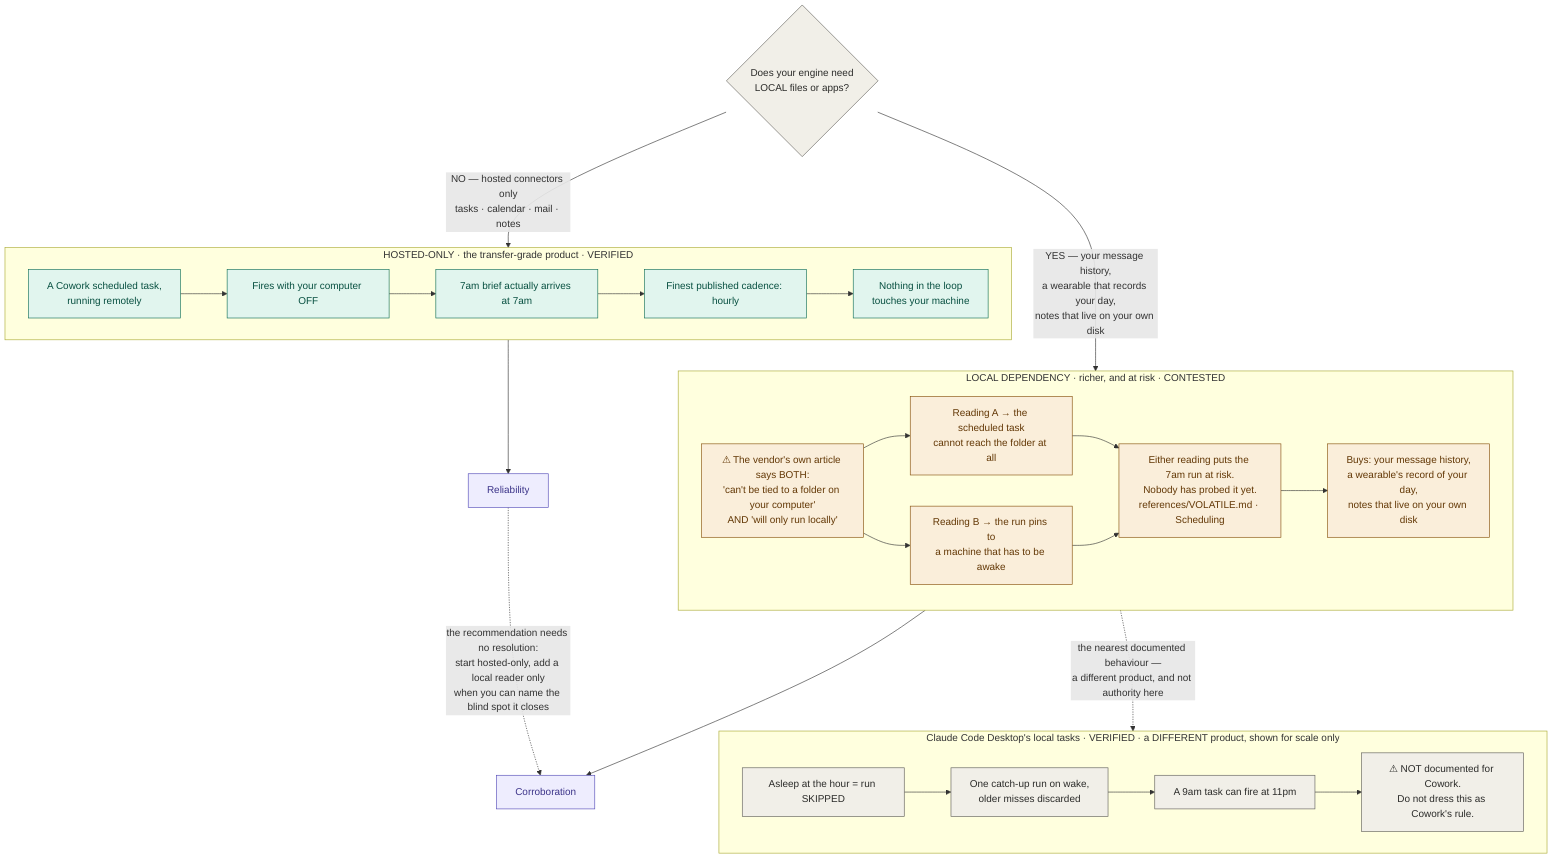
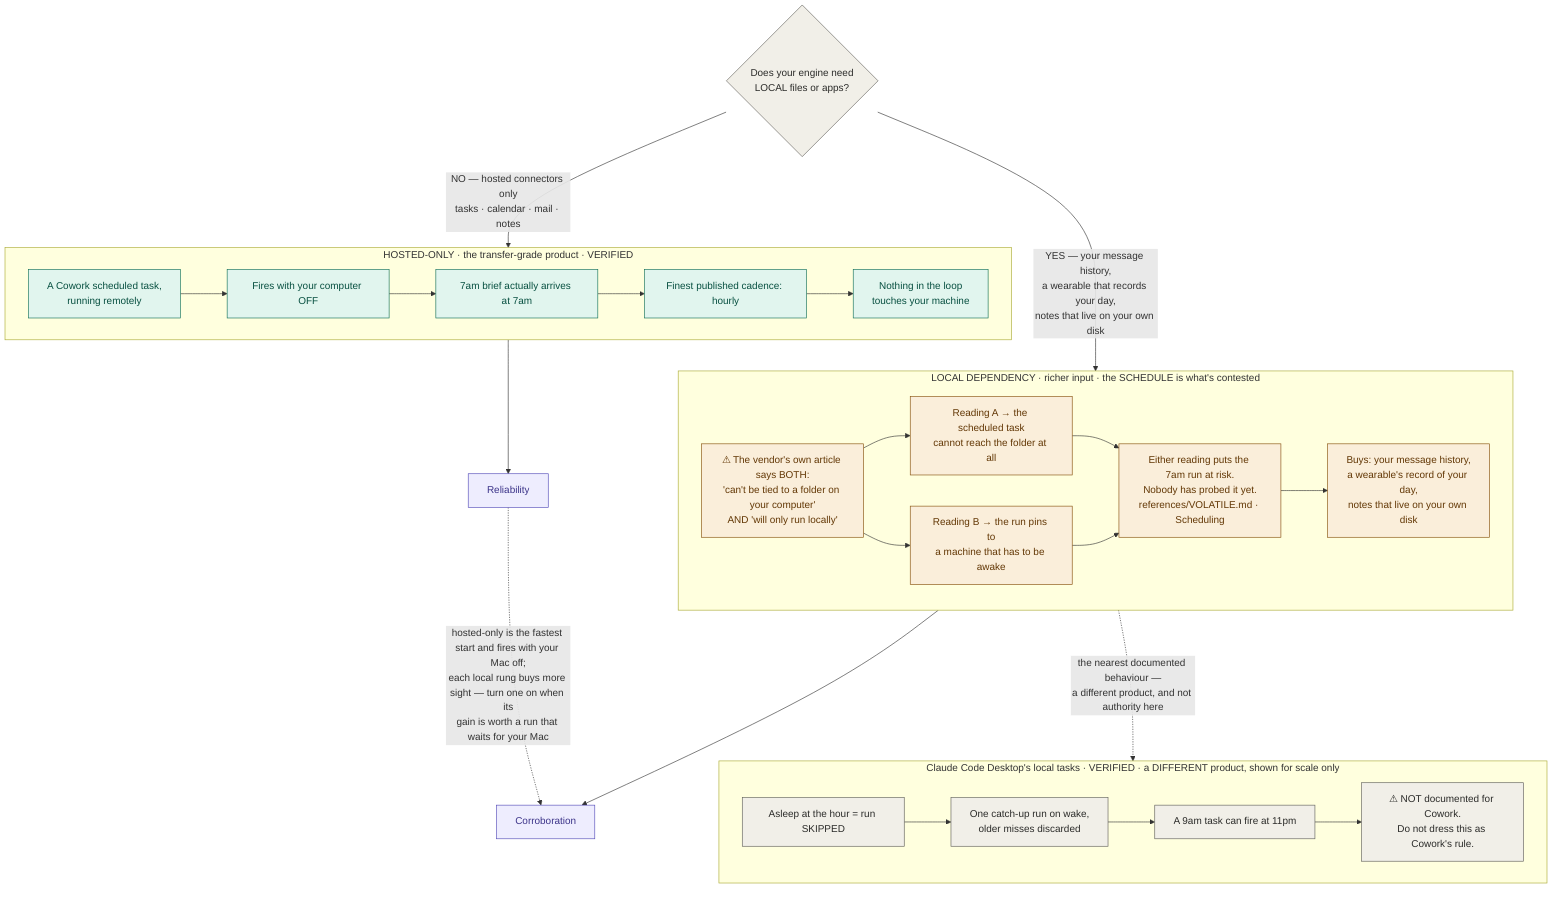
graph TB
    START{"Does your engine need<br/>LOCAL files or apps?"}

    START -->|"NO — hosted connectors only<br/>tasks · calendar · mail · notes"| CLOUD
    START -->|"YES — your message history,<br/>a wearable that records your day,<br/>notes that live on your own disk"| LOCAL

    subgraph CLOUD["HOSTED-ONLY · the transfer-grade product · VERIFIED"]
        C1["A Cowork scheduled task,<br/>running remotely"]
        C2["Fires with your computer OFF"]
        C3["7am brief actually arrives at 7am"]
        C4["Finest published cadence: hourly"]
        C5["Nothing in the loop<br/>touches your machine"]
        C1 --> C2 --> C3 --> C4 --> C5
    end

-     subgraph LOCAL["LOCAL DEPENDENCY · richer, and at risk · CONTESTED"]
+     subgraph LOCAL["LOCAL DEPENDENCY · richer input · the SCHEDULE is what's contested"]
        L1["⚠ The vendor's own article says BOTH:<br/>'can't be tied to a folder on your computer'<br/>AND 'will only run locally'"]
        L2["Reading A → the scheduled task<br/>cannot reach the folder at all"]
        L3["Reading B → the run pins to<br/>a machine that has to be awake"]
        L4["Either reading puts the 7am run at risk.<br/>Nobody has probed it yet.<br/>references/VOLATILE.md · Scheduling"]
        L5["Buys: your message history,<br/>a wearable's record of your day,<br/>notes that live on your own disk"]
        L1 --> L2 --> L4
        L1 --> L3 --> L4
        L4 --> L5
    end

    subgraph CCD["Claude Code Desktop's local tasks · VERIFIED · a DIFFERENT product, shown for scale only"]
        D1["Asleep at the hour = run SKIPPED"]
        D2["One catch-up run on wake,<br/>older misses discarded"]
        D3["A 9am task can fire at 11pm"]
        D4["⚠ NOT documented for Cowork.<br/>Do not dress this as Cowork's rule."]
        D1 --> D2 --> D3 --> D4
    end

    LOCAL -.->|"the nearest documented behaviour —<br/>a different product, and not authority here"| CCD

    CLOUD --> WIN["Reliability"]
    LOCAL --> WIN2["Corroboration"]

-     WIN -.->|"the recommendation needs no resolution:<br/>start hosted-only, add a local reader only<br/>when you can name the blind spot it closes"| WIN2
+     WIN -.->|"hosted-only is the fastest start and fires with your Mac off;<br/>each local rung buys more sight — turn one on when its<br/>gain is worth a run that waits for your Mac"| WIN2

    classDef q fill:#F1EFE8,stroke:#5F5E5A,color:#2C2C2A
    classDef good fill:#E1F5EE,stroke:#0F6E56,color:#085041
    classDef warn fill:#FAEEDA,stroke:#854F0B,color:#633806
    classDef res fill:#EEEDFE,stroke:#534AB7,color:#3C3489

    class START q
    class C1,C2,C3,C4,C5 good
    class L1,L2,L3,L4,L5 warn
    class D1,D2,D3,D4 q
    class WIN,WIN2 res
